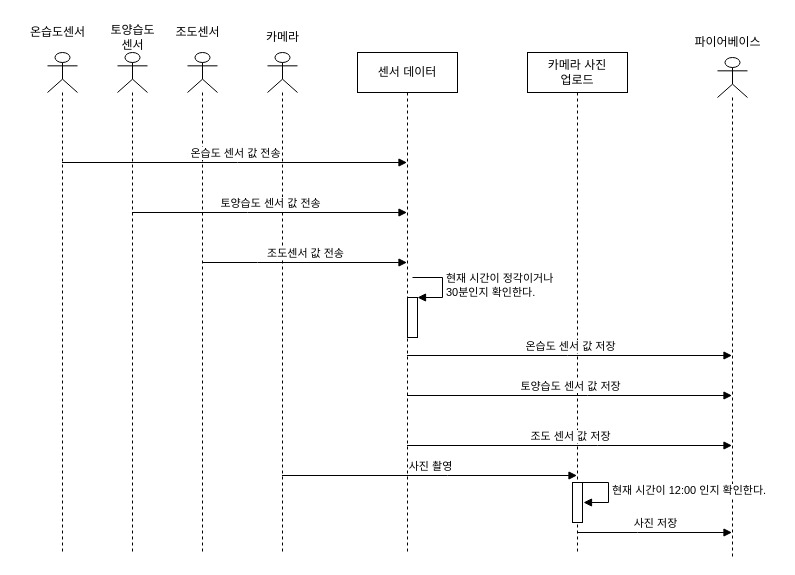
Before: 5주차/시퀀스 다이어그램/diary_maker_sqd.drawio in sonmyungwon/Software-Development, a draw.io diagram. Source tidied: cells renumbered, new cells numbered last; positions are measured from the earlier drawing's top-left corner, leaving out a move shared by most shapes. Both pictures are drawn from the tidied source at 100%, with x=0, y=0 at pixel (17, 17).
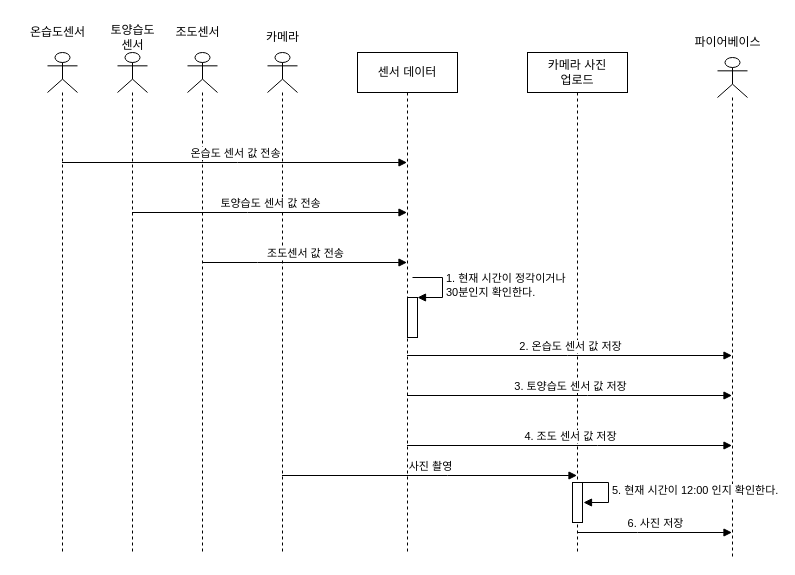
The same diagram, later.

Unchanged cells that the change refers to:
```xml
<mxCell id="10" value="센서 데이터" style="shape=umlLifeline;perimeter=lifelinePerimeter;whiteSpace=wrap;html=1;outlineConnect=0;" parent="1" vertex="1">
  <mxGeometry x="340" y="35" width="100" height="500" as="geometry" />
</mxCell>
<mxCell id="11" style="html=1;points=[];perimeter=orthogonalPerimeter;" parent="10" vertex="1">
  <mxGeometry x="50" y="245" width="10" height="40" as="geometry" />
</mxCell>
<mxCell id="13" style="shape=umlLifeline;participant=umlActor;perimeter=lifelinePerimeter;whiteSpace=wrap;html=1;verticalAlign=top;spacingTop=36;outlineConnect=0;" parent="1" vertex="1">
  <mxGeometry x="700" y="40" width="30" height="500" as="geometry" />
</mxCell>
<mxCell id="18" value="카메라 사진 &lt;br&gt;업로드" style="shape=umlLifeline;perimeter=lifelinePerimeter;whiteSpace=wrap;html=1;outlineConnect=0;" parent="1" vertex="1">
  <mxGeometry x="510" y="35" width="100" height="500" as="geometry" />
</mxCell>
```

Diff of the diagram source:
```diff
@@
-    <mxCell id="12" value="현재 시간이 정각이거나 &lt;br&gt;30분인지 확인한다." style="edgeStyle=orthogonalEdgeStyle;html=1;align=left;spacingLeft=2;endArrow=block;rounded=0;entryX=1;entryY=0;" parent="10" edge="1" target="11">
+    <mxCell id="12" value="1. 현재 시간이 정각이거나 &lt;br&gt;30분인지 확인한다." style="edgeStyle=orthogonalEdgeStyle;html=1;align=left;spacingLeft=2;endArrow=block;rounded=0;entryX=1;entryY=0;" parent="10" edge="1" target="11">
       <mxGeometry relative="1" as="geometry">
         <mxPoint x="55" y="225" as="sourcePoint" />
         <Array as="points">
           <mxPoint x="85" y="225" />
         </Array>
       </mxGeometry>
     </mxCell>
@@
-    <mxCell id="20" value="현재 시간이 12:00 인지 확인한다." style="edgeStyle=orthogonalEdgeStyle;html=1;align=left;spacingLeft=2;endArrow=block;rounded=0;entryX=1;entryY=0;" parent="18" edge="1">
+    <mxCell id="20" value="5. 현재 시간이 12:00 인지 확인한다." style="edgeStyle=orthogonalEdgeStyle;html=1;align=left;spacingLeft=2;endArrow=block;rounded=0;entryX=1;entryY=0;" parent="18" edge="1">
       <mxGeometry relative="1" as="geometry">
         <mxPoint x="51" y="430" as="sourcePoint" />
         <mxPoint x="56" y="450" as="targetPoint" />
         <Array as="points">
           <mxPoint x="81" y="430" />
         </Array>
       </mxGeometry>
     </mxCell>
@@
-    <mxCell id="22" value="사진 저장" style="html=1;verticalAlign=bottom;endArrow=block;rounded=0;" parent="1" edge="1" source="18" target="13">
+    <mxCell id="22" value="6. 사진 저장" style="html=1;verticalAlign=bottom;endArrow=block;rounded=0;" parent="1" edge="1" source="18" target="13">
       <mxGeometry relative="1" as="geometry">
         <Array as="points">
           <mxPoint x="620" y="515" />
         </Array>
       </mxGeometry>
     </mxCell>
-    <mxCell id="23" value="온습도 센서 값 저장" style="html=1;verticalAlign=bottom;endArrow=block;rounded=0;" parent="1" edge="1">
+    <mxCell id="23" value="2. 온습도 센서 값 저장" style="html=1;verticalAlign=bottom;endArrow=block;rounded=0;" parent="1" edge="1">
       <mxGeometry relative="1" as="geometry">
         <mxPoint x="389.5" y="338" as="sourcePoint" />
         <mxPoint x="714.5" y="338" as="targetPoint" />
         <Array as="points">
           <mxPoint x="550" y="338" />
         </Array>
       </mxGeometry>
     </mxCell>
-    <mxCell id="24" value="토양습도 센서 값 저장" style="html=1;verticalAlign=bottom;endArrow=block;rounded=0;" parent="1" edge="1">
+    <mxCell id="24" value="3. 토양습도 센서 값 저장" style="html=1;verticalAlign=bottom;endArrow=block;rounded=0;" parent="1" edge="1">
       <mxGeometry relative="1" as="geometry">
         <mxPoint x="389.5" y="378" as="sourcePoint" />
         <mxPoint x="714.5" y="378" as="targetPoint" />
         <Array as="points">
           <mxPoint x="570" y="378" />
         </Array>
       </mxGeometry>
     </mxCell>
-    <mxCell id="25" value="조도 센서 값 저장" style="html=1;verticalAlign=bottom;endArrow=block;rounded=0;" parent="1" edge="1">
+    <mxCell id="25" value="4. 조도 센서 값 저장" style="html=1;verticalAlign=bottom;endArrow=block;rounded=0;" parent="1" edge="1">
       <mxGeometry relative="1" as="geometry">
         <mxPoint x="389.5" y="428" as="sourcePoint" />
         <mxPoint x="714.5" y="428" as="targetPoint" />
         <Array as="points">
           <mxPoint x="580" y="428" />
         </Array>
       </mxGeometry>
     </mxCell>
```
